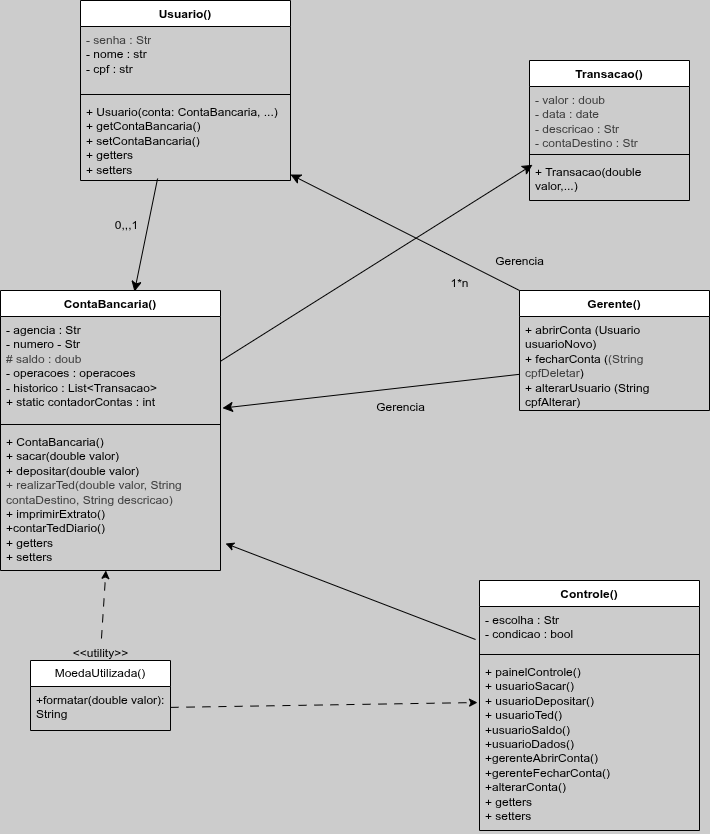
The draw.io diagram Diagrama de classes.drawio.png in soturnacrosta/sistemaBancario, before a commit. Source tidied: cells renumbered, new cells last; positions are measured from the earlier drawing's top-left corner, leaving out a move shared by most shapes.
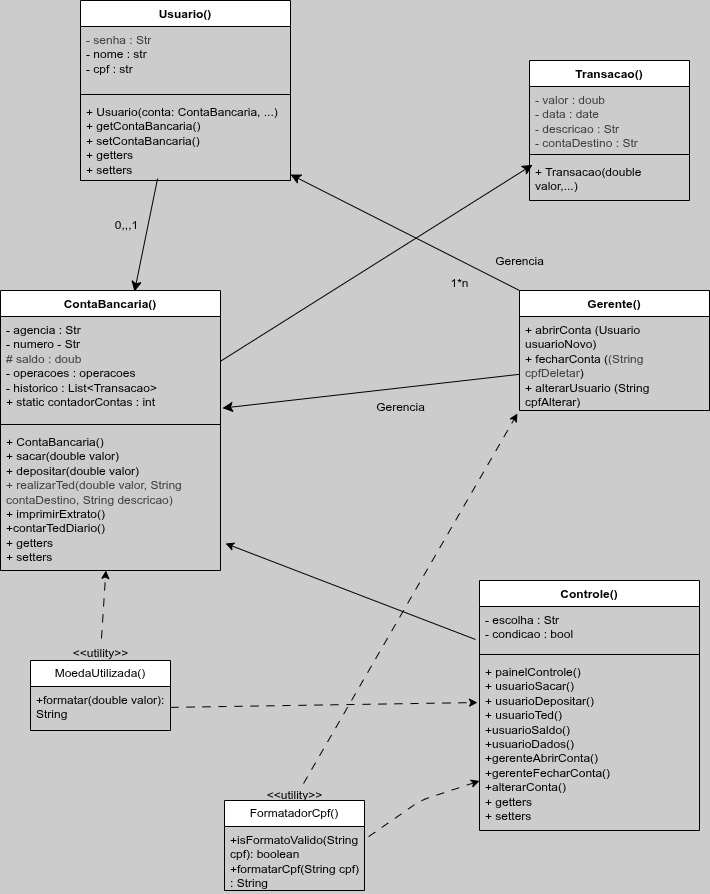
Later version of the same file.

Diff of the diagram source:
```diff
@@ -104,5 +104,24 @@
     <mxCell id="33" value="&amp;lt;&amp;lt;utility&amp;gt;&amp;gt;" style="text;html=1;align=center;verticalAlign=middle;points=[];strokeColor=none;fillColor=none;" parent="1" vertex="1">
       <mxGeometry x="60" y="638" width="80" height="30" as="geometry" />
     </mxCell>
+    <mxCell id="34" value="FormatadorCpf()" style="swimlane;fontStyle=0;horizontal=1;startSize=26;whiteSpace=wrap;html=1;" parent="1" vertex="1">
+      <mxGeometry x="224" y="800" width="140" height="90" as="geometry" />
+    </mxCell>
+    <mxCell id="35" value="+isFormatoValido(String cpf): boolean&lt;div&gt;+formatarCpf(String cpf) : String&lt;/div&gt;" style="text;strokeColor=none;fillColor=none;align=left;verticalAlign=top;spacingLeft=4;spacingRight=4;overflow=hidden;points=[[0,0.5],[1,0.5]];portConstraint=eastwest;whiteSpace=wrap;html=1;" parent="34" vertex="1">
+      <mxGeometry y="26" width="140" height="64" as="geometry" />
+    </mxCell>
+    <mxCell id="36" style="edgeStyle=none;html=1;dashed=1;dashPattern=8 8;exitX=1.029;exitY=0.159;exitDx=0;exitDy=0;exitPerimeter=0;" parent="1" edge="1" source="35" target="20">
+      <mxGeometry relative="1" as="geometry">
+        <Array as="points">
+          <mxPoint x="420" y="800" />
+        </Array>
+      </mxGeometry>
+    </mxCell>
+    <mxCell id="37" value="&amp;lt;&amp;lt;utility&amp;gt;&amp;gt;" style="text;html=1;align=center;verticalAlign=middle;points=[];strokeColor=none;fillColor=none;" parent="1" vertex="1">
+      <mxGeometry x="254" y="780" width="80" height="30" as="geometry" />
+    </mxCell>
+    <mxCell id="38" style="edgeStyle=none;html=1;entryX=-0.011;entryY=1.032;entryDx=0;entryDy=0;entryPerimeter=0;dashed=1;dashPattern=8 8;exitX=0.613;exitY=0.1;exitDx=0;exitDy=0;exitPerimeter=0;" parent="1" edge="1" source="37" target="9">
+      <mxGeometry relative="1" as="geometry" />
+    </mxCell>
   </root>
 </mxGraphModel>
```
